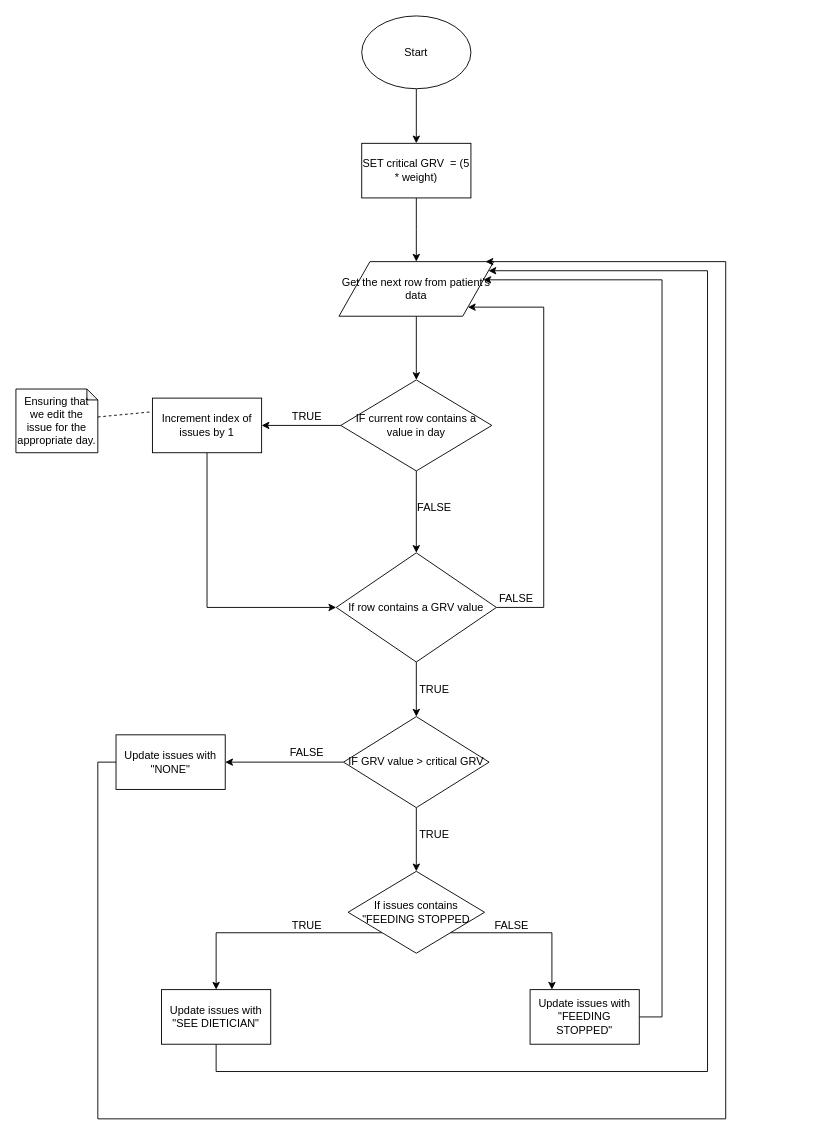
This is plan/algorithm low risk.drawio from MichaelTonkin/ic-food-helper, a draw.io file, before an edit. Source tidied: cells renumbered, new cells numbered last; positions are measured from the earlier drawing's top-left corner, leaving out a move shared by most shapes. Both pictures are drawn from the tidied source at 91%, with x=0, y=0 at pixel (15, 15).
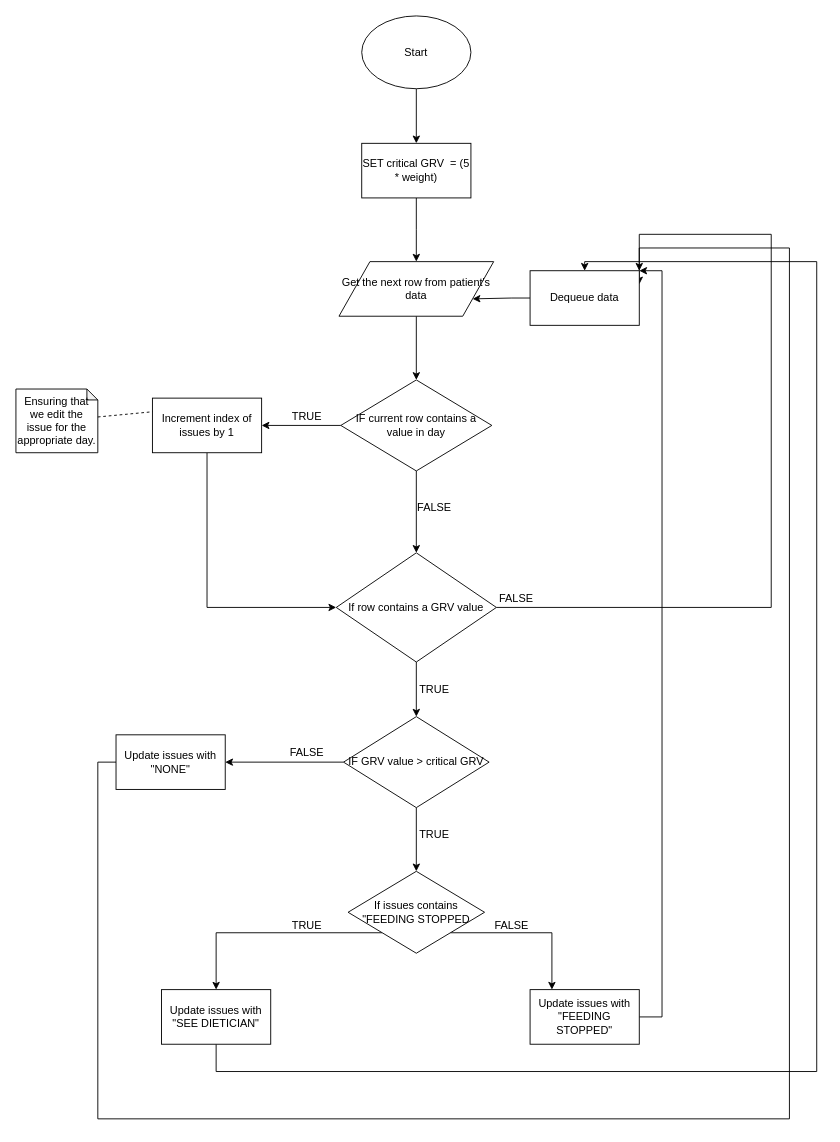
Above is the later version.

The change refers to these unchanged cells:
```xml
<mxCell id="7" value="&lt;span style=&quot;white-space: normal&quot;&gt;Get the next row from patient's data&lt;/span&gt;" style="shape=parallelogram;perimeter=parallelogramPerimeter;whiteSpace=wrap;html=1;" parent="1" vertex="1">
  <mxGeometry x="355" y="270" width="170" height="60" as="geometry" />
</mxCell>
<mxCell id="12" value="Update issues with &quot;FEEDING STOPPED&quot;" style="rounded=0;whiteSpace=wrap;html=1;" parent="1" vertex="1">
  <mxGeometry x="565" y="1070" width="120" height="60" as="geometry" />
</mxCell>
<mxCell id="17" value="Update issues with &quot;SEE DIETICIAN&quot;" style="rounded=0;whiteSpace=wrap;html=1;" parent="1" vertex="1">
  <mxGeometry x="160" y="1070" width="120" height="60" as="geometry" />
</mxCell>
<mxCell id="21" value="Update issues with &quot;NONE&quot;" style="rounded=0;whiteSpace=wrap;html=1;" parent="1" vertex="1">
  <mxGeometry x="110" y="790" width="120" height="60" as="geometry" />
</mxCell>
<mxCell id="26" value="If row contains a GRV value" style="rhombus;whiteSpace=wrap;html=1;" parent="1" vertex="1">
  <mxGeometry x="352" y="590" width="176" height="120" as="geometry" />
</mxCell>
```

What changed in the source:
```diff
@@
-    <mxCell id="11" style="edgeStyle=orthogonalEdgeStyle;rounded=0;jettySize=auto;html=1;" parent="1" edge="1" source="12" target="7">
+    <mxCell id="11" style="edgeStyle=orthogonalEdgeStyle;rounded=0;jettySize=auto;html=1;" parent="1" edge="1" source="12" target="39">
       <mxGeometry relative="1" as="geometry">
         <Array as="points">
           <mxPoint x="710" y="1100" />
-          <mxPoint x="710" y="290" />
+          <mxPoint x="710" y="280" />
         </Array>
       </mxGeometry>
     </mxCell>
@@
-    <mxCell id="16" style="edgeStyle=orthogonalEdgeStyle;rounded=0;jettySize=auto;html=1;" parent="1" edge="1" source="17" target="7">
+    <mxCell id="16" style="edgeStyle=orthogonalEdgeStyle;rounded=0;jettySize=auto;html=1;" parent="1" edge="1" source="17" target="39">
       <mxGeometry relative="1" as="geometry">
         <Array as="points">
           <mxPoint x="220" y="1160" />
-          <mxPoint x="760" y="1160" />
-          <mxPoint x="760" y="280" />
+          <mxPoint x="880" y="1160" />
+          <mxPoint x="880" y="270" />
         </Array>
       </mxGeometry>
     </mxCell>
@@
-    <mxCell id="20" style="edgeStyle=orthogonalEdgeStyle;rounded=0;jettySize=auto;html=1;" parent="1" edge="1" source="21">
+    <mxCell id="20" style="edgeStyle=orthogonalEdgeStyle;rounded=0;jettySize=auto;html=1;entryX=1;entryY=0.25;entryDx=0;entryDy=0;" parent="1" edge="1" source="21" target="39">
       <mxGeometry relative="1" as="geometry">
-        <mxPoint x="516" y="270" as="targetPoint" />
         <Array as="points">
           <mxPoint x="90" y="820" />
           <mxPoint x="90" y="1212" />
-          <mxPoint x="780" y="1212" />
-          <mxPoint x="780" y="270" />
+          <mxPoint x="850" y="1212" />
+          <mxPoint x="850" y="255" />
         </Array>
       </mxGeometry>
     </mxCell>
@@
-    <mxCell id="25" style="edgeStyle=orthogonalEdgeStyle;rounded=0;jettySize=auto;html=1;entryX=1;entryY=1;entryDx=0;entryDy=0;" parent="1" edge="1" source="26" target="7">
+    <mxCell id="25" style="edgeStyle=orthogonalEdgeStyle;rounded=0;jettySize=auto;html=1;entryX=1;entryY=0;entryDx=0;entryDy=0;" parent="1" edge="1" source="26" target="39">
       <mxGeometry relative="1" as="geometry">
         <Array as="points">
-          <mxPoint x="580" y="650" />
-          <mxPoint x="580" y="320" />
+          <mxPoint x="830" y="650" />
+          <mxPoint x="830" y="240" />
         </Array>
       </mxGeometry>
     </mxCell>
@@
+    <mxCell id="38" style="edgeStyle=orthogonalEdgeStyle;rounded=0;jettySize=auto;html=1;entryX=1;entryY=0.75;entryDx=0;entryDy=0;" parent="1" edge="1" source="39" target="7">
+      <mxGeometry relative="1" as="geometry" />
+    </mxCell>
+    <mxCell id="39" value="Dequeue data" style="rounded=0;whiteSpace=wrap;html=1;" parent="1" vertex="1">
+      <mxGeometry x="565" y="280" width="120" height="60" as="geometry" />
+    </mxCell>
```
